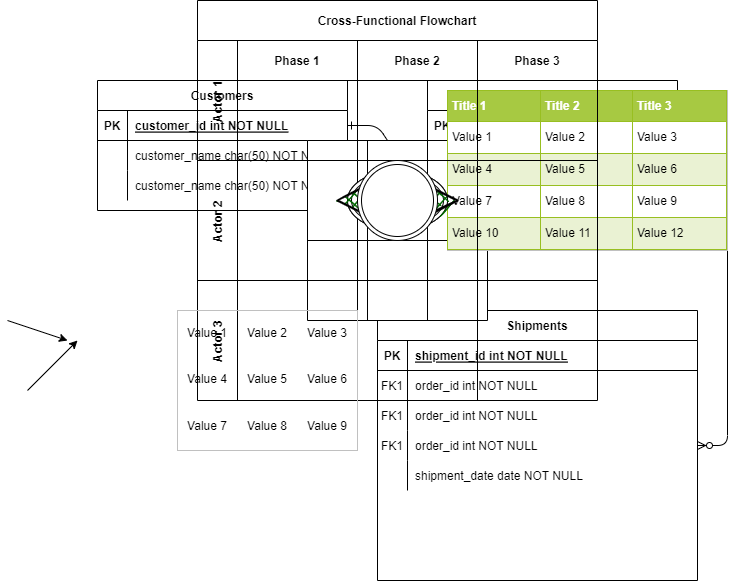
shenyuedong/chapter1 keeps this draw.io diagram as test Diagram.drawio.png. Above is the earlier version. Source tidied: cells renumbered, new cells last; positions are measured from the earlier drawing's top-left corner, leaving out a move shared by most shapes.
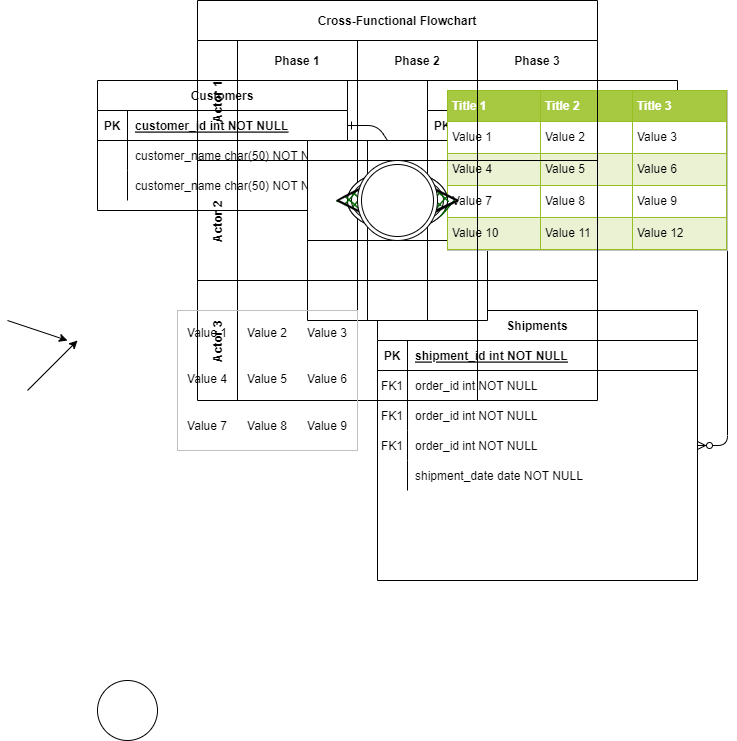
The same file after the commit.

What changed in the source:
```diff
@@ -230,5 +230,8 @@
         <mxPoint x="70" y="340" as="targetPoint" />
       </mxGeometry>
     </mxCell>
+    <mxCell id="76" style="ellipse;whiteSpace=wrap;html=1;" parent="1" vertex="1">
+      <mxGeometry x="90" y="680" width="60" height="60" as="geometry" />
+    </mxCell>
   </root>
 </mxGraphModel>
```
